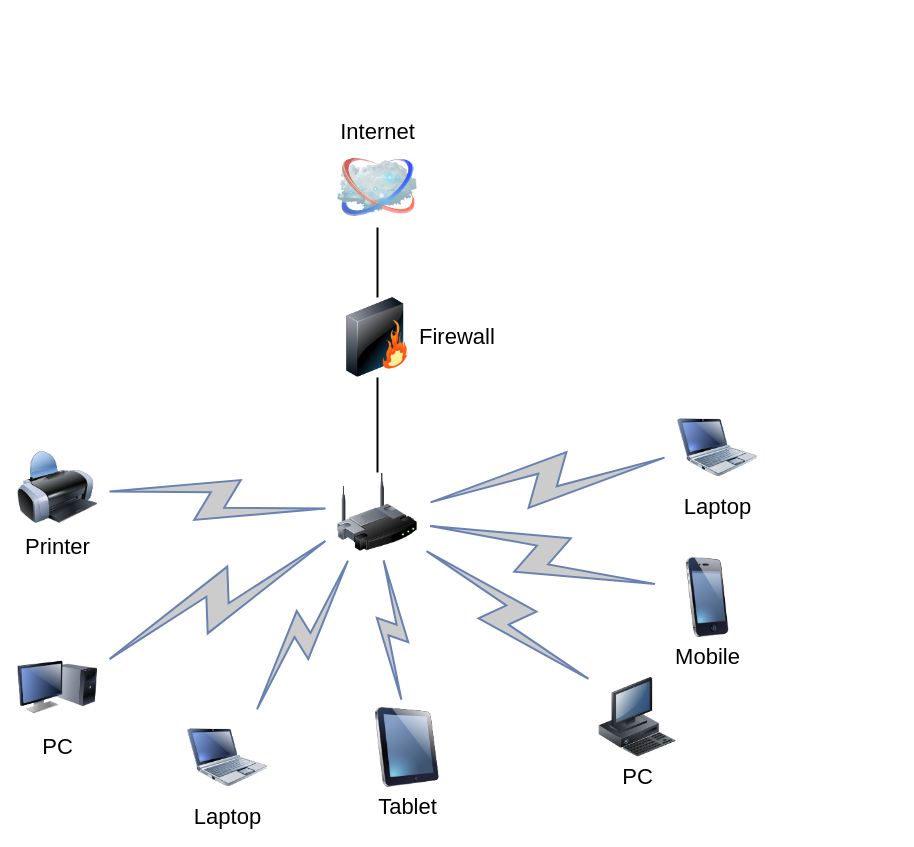
This is Untitled Diagram.drawio from OlenaSakhno/images, a draw.io file, before an edit. Source tidied: cells renumbered, new cells numbered last; positions are measured from the earlier drawing's top-left corner, leaving out a move shared by most shapes. Both pictures are drawn from the tidied source at 100%, with x=0, y=0 at pixel (17, 147).
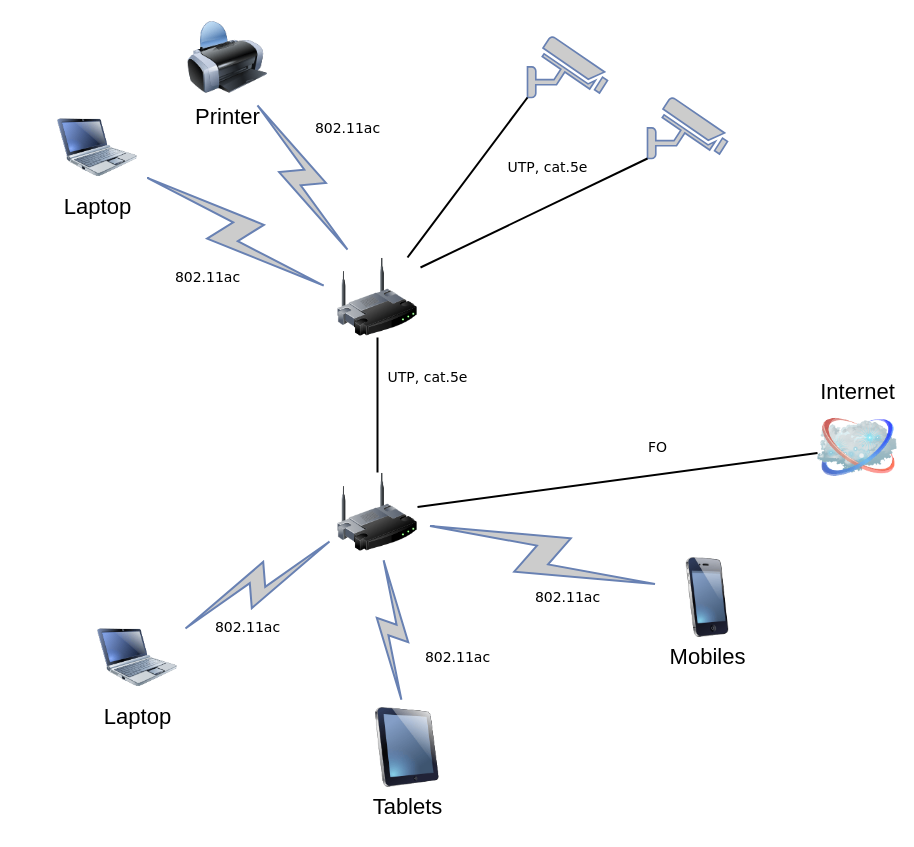
After the change.

Commit message:
Home Net Diagram.drawio

Unchanged cells that the change refers to:
```xml
<mxCell id="3" style="image;html=1;labelBackgroundColor=#ffffff;image=img/lib/clip_art/networking/Wireless_Router_128x128.png;rounded=1;shadow=0;comic=0;strokeWidth=2;fontSize=22;" parent="1" vertex="1">
  <mxGeometry x="320" y="325" width="80" height="80" as="geometry" />
</mxCell>
```

What changed in the source:
```diff
@@
-    <mxCell id="2" style="edgeStyle=none;rounded=0;html=1;labelBackgroundColor=none;endArrow=none;strokeWidth=2;fontFamily=Verdana;fontSize=22;" parent="1" edge="1" source="3" target="6">
+    <mxCell id="2" style="edgeStyle=none;rounded=0;html=1;labelBackgroundColor=none;endArrow=none;strokeWidth=2;fontFamily=Verdana;fontSize=22;" parent="1" edge="1" source="3" target="21">
       <mxGeometry relative="1" as="geometry" />
     </mxCell>
@@
     <mxCell id="4" value="Internet" style="image;html=1;labelBackgroundColor=#ffffff;image=img/lib/clip_art/networking/Cloud_128x128.png;rounded=1;shadow=0;comic=0;strokeWidth=2;fontSize=22;labelPosition=center;verticalLabelPosition=top;align=center;verticalAlign=bottom;" parent="1" vertex="1">
-      <mxGeometry x="320" width="80" height="80" as="geometry" />
+      <mxGeometry x="800" y="260" width="80" height="80" as="geometry" />
     </mxCell>
-    <mxCell id="5" style="edgeStyle=none;rounded=0;html=1;labelBackgroundColor=none;endArrow=none;strokeWidth=2;fontFamily=Verdana;fontSize=22;" parent="1" edge="1" source="6" target="4">
+    <mxCell id="5" style="edgeStyle=none;rounded=0;html=1;labelBackgroundColor=none;endArrow=none;strokeWidth=2;fontFamily=Verdana;fontSize=22;" parent="1" edge="1" source="3" target="4">
       <mxGeometry relative="1" as="geometry" />
     </mxCell>
-    <mxCell id="6" value="Firewall" style="image;html=1;labelBackgroundColor=#ffffff;image=img/lib/clip_art/networking/Firewall_128x128.png;rounded=1;shadow=0;comic=0;strokeWidth=2;fontSize=22;labelPosition=right;verticalLabelPosition=middle;align=left;verticalAlign=middle;" parent="1" vertex="1">
-      <mxGeometry x="320" y="150" width="80" height="80" as="geometry" />
-    </mxCell>
-    <mxCell id="7" value="Tablet" style="image;html=1;labelBackgroundColor=#ffffff;image=img/lib/clip_art/computers/iPad_128x128.png;rounded=1;shadow=0;comic=0;strokeWidth=2;fontSize=22;" parent="1" vertex="1">
+    <mxCell id="7" value="Tablets" style="image;html=1;labelBackgroundColor=#ffffff;image=img/lib/clip_art/computers/iPad_128x128.png;rounded=1;shadow=0;comic=0;strokeWidth=2;fontSize=22;" parent="1" vertex="1">
       <mxGeometry x="350" y="560" width="80" height="80" as="geometry" />
     </mxCell>
-    <mxCell id="8" value="PC" style="image;html=1;labelBackgroundColor=#ffffff;image=img/lib/clip_art/computers/Monitor_Tower_128x128.png;rounded=1;shadow=0;comic=0;strokeWidth=2;fontSize=22;" parent="1" vertex="1">
-      <mxGeometry y="500" width="80" height="80" as="geometry" />
-    </mxCell>
     <mxCell id="9" value="Printer" style="image;html=1;labelBackgroundColor=#ffffff;image=img/lib/clip_art/computers/Printer_128x128.png;rounded=1;shadow=0;comic=0;strokeWidth=2;fontSize=22;" parent="1" vertex="1">
-      <mxGeometry y="300" width="80" height="80" as="geometry" />
+      <mxGeometry x="170" y="-130" width="80" height="80" as="geometry" />
     </mxCell>
-    <mxCell id="10" value="PC" style="image;html=1;labelBackgroundColor=#ffffff;image=img/lib/clip_art/computers/Workstation_128x128.png;rounded=1;shadow=0;comic=0;strokeWidth=2;fontSize=22;" parent="1" vertex="1">
-      <mxGeometry x="580" y="530" width="80" height="80" as="geometry" />
-    </mxCell>
-    <mxCell id="11" value="Mobile" style="image;html=1;labelBackgroundColor=#ffffff;image=img/lib/clip_art/telecommunication/iPhone_128x128.png;rounded=1;shadow=0;comic=0;strokeWidth=2;fontSize=22;" parent="1" vertex="1">
+    <mxCell id="11" value="Mobiles" style="image;html=1;labelBackgroundColor=#ffffff;image=img/lib/clip_art/telecommunication/iPhone_128x128.png;rounded=1;shadow=0;comic=0;strokeWidth=2;fontSize=22;" parent="1" vertex="1">
       <mxGeometry x="650" y="410" width="80" height="80" as="geometry" />
     </mxCell>
     <mxCell id="12" value="Laptop" style="image;html=1;labelBackgroundColor=#ffffff;image=img/lib/clip_art/computers/Netbook_128x128.png;rounded=1;shadow=0;comic=0;strokeColor=#000000;strokeWidth=2;fillColor=#FFFFFF;fontSize=22;fontColor=#000000;" parent="1" vertex="1">
-      <mxGeometry x="660" y="260" width="80" height="80" as="geometry" />
+      <mxGeometry x="40" y="-40" width="80" height="80" as="geometry" />
     </mxCell>
     <mxCell id="13" value="Laptop" style="image;html=1;labelBackgroundColor=#ffffff;image=img/lib/clip_art/computers/Netbook_128x128.png;rounded=1;shadow=0;comic=0;strokeWidth=2;fontSize=22;" parent="1" vertex="1">
-      <mxGeometry x="170" y="570" width="80" height="80" as="geometry" />
+      <mxGeometry x="80" y="470" width="80" height="80" as="geometry" />
     </mxCell>
-    <mxCell id="14" style="html=1;fillColor=#CCCCCC;strokeColor=#6881B3;gradientColor=none;gradientDirection=north;strokeWidth=2;shape=mxgraph.networks.comm_link_edge;html=1;labelBackgroundColor=none;endArrow=none;fontFamily=Verdana;fontSize=22;fontColor=#000000;" parent="1" edge="1" source="9" target="3">
+    <mxCell id="14" style="html=1;fillColor=#CCCCCC;strokeColor=#6881B3;gradientColor=none;gradientDirection=north;strokeWidth=2;shape=mxgraph.networks.comm_link_edge;html=1;labelBackgroundColor=none;endArrow=none;fontFamily=Verdana;fontSize=22;fontColor=#000000;" parent="1" edge="1" source="9" target="21">
       <mxGeometry relative="1" as="geometry" />
     </mxCell>
-    <mxCell id="15" style="html=1;fillColor=#CCCCCC;strokeColor=#6881B3;gradientColor=none;gradientDirection=north;strokeWidth=2;shape=mxgraph.networks.comm_link_edge;html=1;labelBackgroundColor=none;endArrow=none;fontFamily=Verdana;fontSize=22;fontColor=#000000;fontStyle=1;" parent="1" edge="1" source="8" target="3">
-      <mxGeometry relative="1" as="geometry" />
-    </mxCell>
@@
-    <mxCell id="18" style="html=1;fillColor=#CCCCCC;strokeColor=#6881B3;gradientColor=none;gradientDirection=north;strokeWidth=2;shape=mxgraph.networks.comm_link_edge;html=1;labelBackgroundColor=none;endArrow=none;fontFamily=Verdana;fontSize=22;fontColor=#000000;" parent="1" edge="1" source="10" target="3">
-      <mxGeometry relative="1" as="geometry" />
-    </mxCell>
@@
-    <mxCell id="20" style="html=1;fillColor=#CCCCCC;strokeColor=#6881B3;gradientColor=none;gradientDirection=north;strokeWidth=2;shape=mxgraph.networks.comm_link_edge;html=1;labelBackgroundColor=none;endArrow=none;fontFamily=Verdana;fontSize=22;fontColor=#000000;" parent="1" edge="1" source="12" target="3">
+    <mxCell id="20" style="html=1;fillColor=#CCCCCC;strokeColor=#6881B3;gradientColor=none;gradientDirection=north;strokeWidth=2;shape=mxgraph.networks.comm_link_edge;html=1;labelBackgroundColor=none;endArrow=none;fontFamily=Verdana;fontSize=22;fontColor=#000000;entryX=-0.05;entryY=0.425;entryDx=0;entryDy=0;entryPerimeter=0;" parent="1" edge="1" source="12" target="21">
       <mxGeometry relative="1" as="geometry" />
     </mxCell>
+    <mxCell id="21" style="image;html=1;labelBackgroundColor=#ffffff;image=img/lib/clip_art/networking/Wireless_Router_128x128.png;rounded=1;shadow=0;comic=0;strokeWidth=2;fontSize=22;" parent="1" vertex="1">
+      <mxGeometry x="320" y="110" width="80" height="80" as="geometry" />
+    </mxCell>
+    <mxCell id="22" style="fontColor=#0066CC;verticalAlign=top;verticalLabelPosition=bottom;labelPosition=center;align=center;html=1;outlineConnect=0;fillColor=#CCCCCC;strokeColor=#6881B3;gradientColor=none;gradientDirection=north;strokeWidth=2;shape=mxgraph.networks.security_camera;" parent="1" vertex="1">
+      <mxGeometry x="510" y="-111" width="80" height="61" as="geometry" />
+    </mxCell>
+    <mxCell id="23" style="fontColor=#0066CC;verticalAlign=top;verticalLabelPosition=bottom;labelPosition=center;align=center;html=1;outlineConnect=0;fillColor=#CCCCCC;strokeColor=#6881B3;gradientColor=none;gradientDirection=north;strokeWidth=2;shape=mxgraph.networks.security_camera;" parent="1" vertex="1">
+      <mxGeometry x="630" y="-50" width="80" height="61" as="geometry" />
+    </mxCell>
+    <mxCell id="24" style="edgeStyle=none;rounded=0;html=1;labelBackgroundColor=none;endArrow=none;strokeWidth=2;fontFamily=Verdana;fontSize=22;entryX=0;entryY=1;entryDx=0;entryDy=0;entryPerimeter=0;" parent="1" edge="1" source="21" target="22">
+      <mxGeometry relative="1" as="geometry" />
+    </mxCell>
+    <mxCell id="25" style="edgeStyle=none;rounded=0;html=1;labelBackgroundColor=none;endArrow=none;strokeWidth=2;fontFamily=Verdana;fontSize=22;entryX=0;entryY=1;entryDx=0;entryDy=0;entryPerimeter=0;" parent="1" edge="1" target="23">
+      <mxGeometry relative="1" as="geometry">
+        <mxPoint x="403" y="120" as="sourcePoint" />
+      </mxGeometry>
+    </mxCell>
+    <mxCell id="26" value="802.11ac" style="text;strokeColor=none;fillColor=none;html=1;fontSize=14;fontStyle=0;verticalAlign=middle;align=center;fontFamily=Verdana;" parent="1" vertex="1">
+      <mxGeometry x="500" y="430" width="100" height="40" as="geometry" />
+    </mxCell>
+    <mxCell id="27" value="802.11ac" style="text;strokeColor=none;fillColor=none;html=1;fontSize=14;fontStyle=0;verticalAlign=middle;align=center;fontFamily=Verdana;" parent="1" vertex="1">
+      <mxGeometry x="390" y="490" width="100" height="40" as="geometry" />
+    </mxCell>
+    <mxCell id="28" value="802.11ac" style="text;strokeColor=none;fillColor=none;html=1;fontSize=14;fontStyle=0;verticalAlign=middle;align=center;fontFamily=Verdana;" parent="1" vertex="1">
+      <mxGeometry x="180" y="460" width="100" height="40" as="geometry" />
+    </mxCell>
+    <mxCell id="29" value="802.11ac" style="text;strokeColor=none;fillColor=none;html=1;fontSize=14;fontStyle=0;verticalAlign=middle;align=center;fontFamily=Verdana;" parent="1" vertex="1">
+      <mxGeometry x="140" y="110" width="100" height="40" as="geometry" />
+    </mxCell>
+    <mxCell id="30" value="802.11ac" style="text;strokeColor=none;fillColor=none;html=1;fontSize=14;fontStyle=0;verticalAlign=middle;align=center;fontFamily=Verdana;" parent="1" vertex="1">
+      <mxGeometry x="280" y="-39.5" width="100" height="40" as="geometry" />
+    </mxCell>
+    <mxCell id="31" value="UTP, cat.5e" style="text;strokeColor=none;fillColor=none;html=1;fontSize=14;fontStyle=0;verticalAlign=middle;align=center;fontFamily=Verdana;" parent="1" vertex="1">
+      <mxGeometry x="480" width="100" height="40" as="geometry" />
+    </mxCell>
+    <mxCell id="32" value="UTP, cat.5e" style="text;strokeColor=none;fillColor=none;html=1;fontSize=14;fontStyle=0;verticalAlign=middle;align=center;fontFamily=Verdana;" parent="1" vertex="1">
+      <mxGeometry x="360" y="210" width="100" height="40" as="geometry" />
+    </mxCell>
+    <mxCell id="33" value="FO" style="text;strokeColor=none;fillColor=none;html=1;fontSize=14;fontStyle=0;verticalAlign=middle;align=center;fontFamily=Verdana;" parent="1" vertex="1">
+      <mxGeometry x="590" y="280" width="100" height="40" as="geometry" />
+    </mxCell>
```
